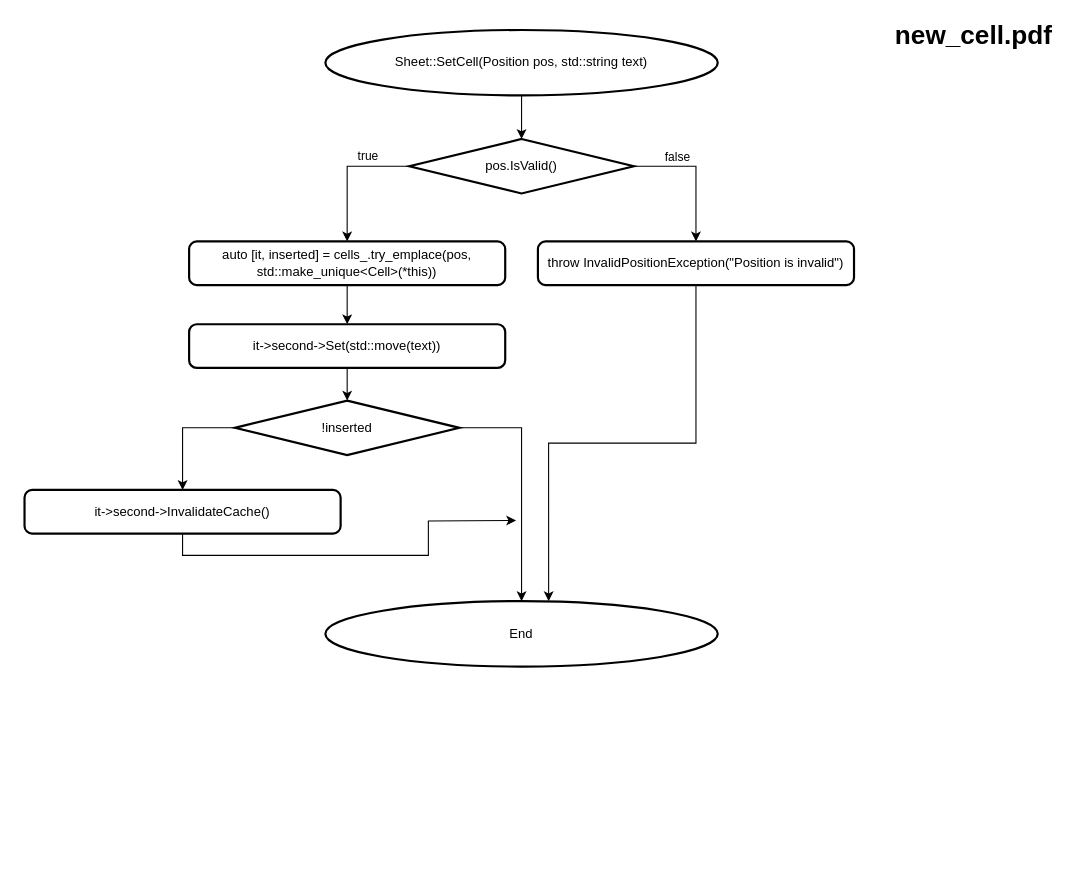
Before: draw/new_cell.drawio in Shu-ler/SpreadSheet, a draw.io diagram. Source tidied: cells renumbered, new cells numbered last; positions are measured from the earlier drawing's top-left corner, leaving out a move shared by most shapes. Both pictures are drawn from the tidied source at 109%, with x=0, y=0 at pixel (24, 19).
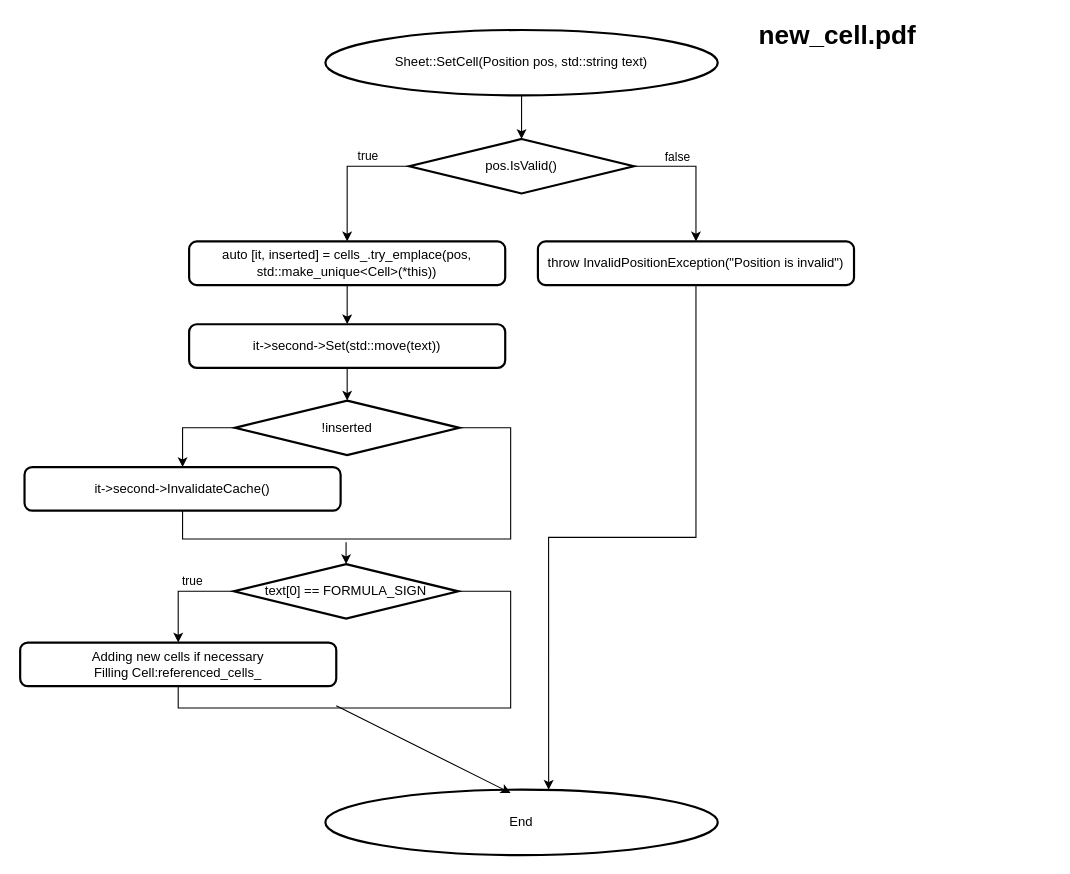
After the change.

Commit message (it also covers changes not shown here):
new_cell готово

Unchanged cells that the change refers to:
```xml
<mxCell id="18" value="!inserted" style="strokeWidth=2;shape=mxgraph.flowchart.decision;whiteSpace=wrap;" parent="1" vertex="1">
  <mxGeometry x="193" y="350" width="206" height="50" as="geometry" />
</mxCell>
```

Change to the diagram source:
```diff
@@
     <mxCell id="4" value="End" style="strokeWidth=2;shape=mxgraph.flowchart.start_1;whiteSpace=wrap;fontColor=default;" parent="1" vertex="1">
-      <mxGeometry x="276" y="534" width="360" height="60" as="geometry" />
+      <mxGeometry x="276" y="707" width="360" height="60" as="geometry" />
     </mxCell>
@@
-    <mxCell id="17" style="edgeStyle=orthogonalEdgeStyle;rounded=0;jettySize=auto;html=1;entryX=0.5;entryY=0;entryDx=0;entryDy=0;entryPerimeter=0;exitX=1;exitY=0.5;exitDx=0;exitDy=0;exitPerimeter=0;" parent="1" edge="1" source="18" target="4">
-      <mxGeometry relative="1" as="geometry" />
+    <mxCell id="17" style="edgeStyle=orthogonalEdgeStyle;rounded=0;jettySize=auto;html=1;entryX=0.5;entryY=1;entryDx=0;entryDy=0;exitX=1;exitY=0.5;exitDx=0;exitDy=0;exitPerimeter=0;endArrow=none;endFill=0;" parent="1" edge="1" source="18" target="20">
+      <mxGeometry relative="1" as="geometry">
+        <Array as="points">
+          <mxPoint x="446" y="375" />
+          <mxPoint x="446" y="477" />
+          <mxPoint x="145" y="477" />
+        </Array>
+      </mxGeometry>
     </mxCell>
@@
-    <mxCell id="19" style="edgeStyle=orthogonalEdgeStyle;rounded=0;jettySize=auto;html=1;exitX=0.5;exitY=1;exitDx=0;exitDy=0;" parent="1" edge="1" source="20">
-      <mxGeometry relative="1" as="geometry">
-        <mxPoint x="451" y="460" as="targetPoint" />
-      </mxGeometry>
-    </mxCell>
     <mxCell id="20" value="it-&gt;second-&gt;InvalidateCache()" style="rounded=1;whiteSpace=wrap;absoluteArcSize=1;arcSize=14;strokeWidth=2;" parent="1" vertex="1">
-      <mxGeometry y="432" width="290" height="40" as="geometry" />
+      <mxGeometry y="411" width="290" height="40" as="geometry" />
     </mxCell>
     <mxCell id="21" value="&lt;font style=&quot;font-size: 24px;&quot;&gt;&lt;b&gt;new_cell.pdf&lt;/b&gt;&lt;/font&gt;" style="text;html=1;whiteSpace=wrap;strokeColor=none;fillColor=none;align=center;verticalAlign=middle;rounded=0;" parent="1" vertex="1">
-      <mxGeometry x="841" width="60" height="30" as="geometry" />
+      <mxGeometry x="716" width="60" height="30" as="geometry" />
     </mxCell>
+    <mxCell id="22" value="true" style="edgeStyle=orthogonalEdgeStyle;rounded=0;jettySize=auto;html=1;entryX=0.5;entryY=0;entryDx=0;entryDy=0;exitX=0;exitY=0.5;exitDx=0;exitDy=0;exitPerimeter=0;labelPosition=right;verticalLabelPosition=top;align=left;verticalAlign=bottom;" parent="1" edge="1" source="24" target="25">
+      <mxGeometry relative="1" as="geometry" />
+    </mxCell>
+    <mxCell id="23" style="edgeStyle=orthogonalEdgeStyle;rounded=0;jettySize=auto;html=1;entryX=0.5;entryY=1;entryDx=0;entryDy=0;exitX=1;exitY=0.5;exitDx=0;exitDy=0;exitPerimeter=0;endArrow=none;endFill=0;" parent="1" edge="1" source="24" target="25">
+      <mxGeometry relative="1" as="geometry">
+        <Array as="points">
+          <mxPoint x="446" y="525" />
+          <mxPoint x="446" y="632" />
+          <mxPoint x="141" y="632" />
+        </Array>
+      </mxGeometry>
+    </mxCell>
+    <mxCell id="24" value="text[0] == FORMULA_SIGN" style="strokeWidth=2;shape=mxgraph.flowchart.decision;whiteSpace=wrap;" parent="1" vertex="1">
+      <mxGeometry x="192" y="500" width="206" height="50" as="geometry" />
+    </mxCell>
+    <mxCell id="25" value="Adding new cells if necessary&#10;Filling Cell:referenced_cells_" style="rounded=1;whiteSpace=wrap;absoluteArcSize=1;arcSize=14;strokeWidth=2;" parent="1" vertex="1">
+      <mxGeometry x="-4" y="572" width="290" height="40" as="geometry" />
+    </mxCell>
+    <mxCell id="26" style="endArrow=classic;html=1;rounded=0;entryX=0.5;entryY=0;entryDx=0;entryDy=0;entryPerimeter=0;" parent="1" edge="1" target="24">
+      <mxGeometry relative="1" as="geometry">
+        <mxPoint x="295" y="480" as="sourcePoint" />
+      </mxGeometry>
+    </mxCell>
+    <mxCell id="27" style="endArrow=classic;html=1;rounded=0;entryX=0.472;entryY=0.05;entryDx=0;entryDy=0;entryPerimeter=0;" parent="1" edge="1" target="4">
+      <mxGeometry relative="1" as="geometry">
+        <mxPoint x="286" y="630" as="sourcePoint" />
+      </mxGeometry>
+    </mxCell>
```
